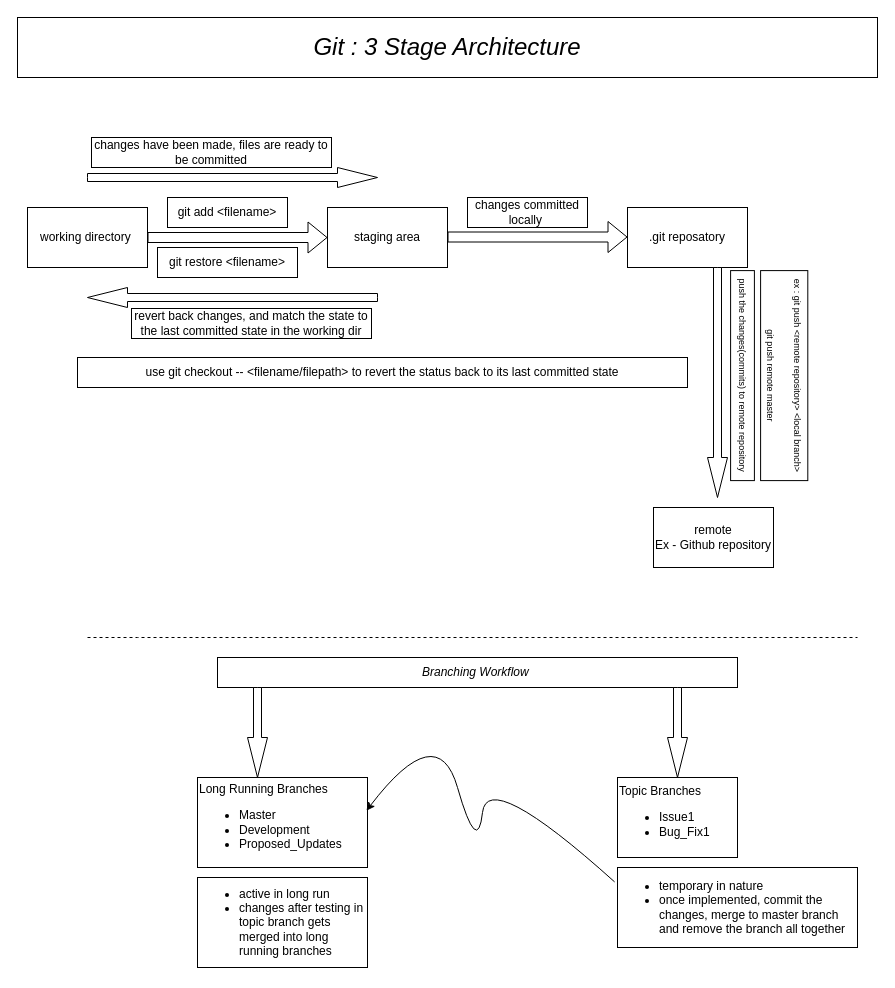
Before: Git_architecture.drawio in mj111312/learning-Git, a draw.io diagram. Source tidied: cells renumbered, new cells numbered last; positions are measured from the earlier drawing's top-left corner, leaving out a move shared by most shapes. Both pictures are drawn from the tidied source at 100%, with x=0, y=0 at pixel (17, 17).
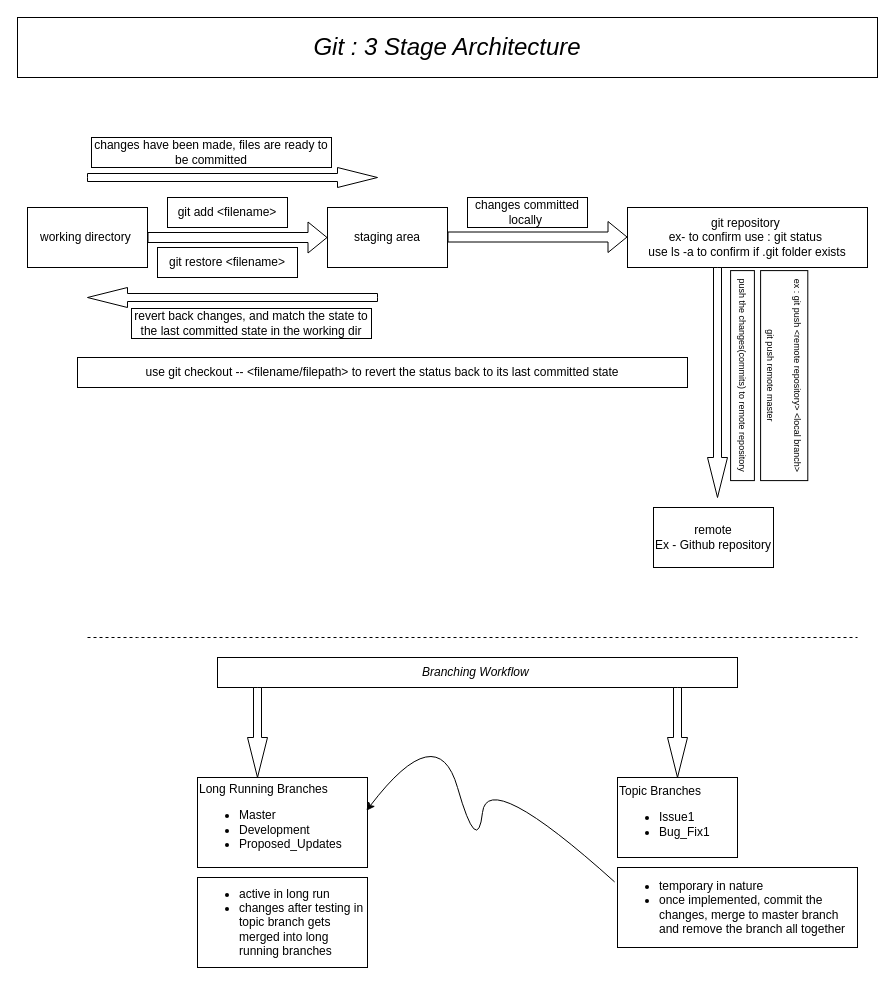
The same page after the edit.

Commit message (it also covers changes not shown here):
modified content in git block

Change to the diagram source:
```diff
@@
-    <mxCell id="4" value=".git reposatory" style="rounded=0;whiteSpace=wrap;html=1;" parent="1" vertex="1">
-      <mxGeometry x="610" y="190" width="120" height="60" as="geometry" />
+    <mxCell id="4" value="git repository&amp;nbsp;&lt;div&gt;ex- to confirm use : git status&amp;nbsp;&lt;/div&gt;&lt;div&gt;use ls -a to confirm if .git folder exists&lt;/div&gt;" style="rounded=0;whiteSpace=wrap;html=1;" parent="1" vertex="1">
+      <mxGeometry x="610" y="190" width="240" height="60" as="geometry" />
     </mxCell>
```
